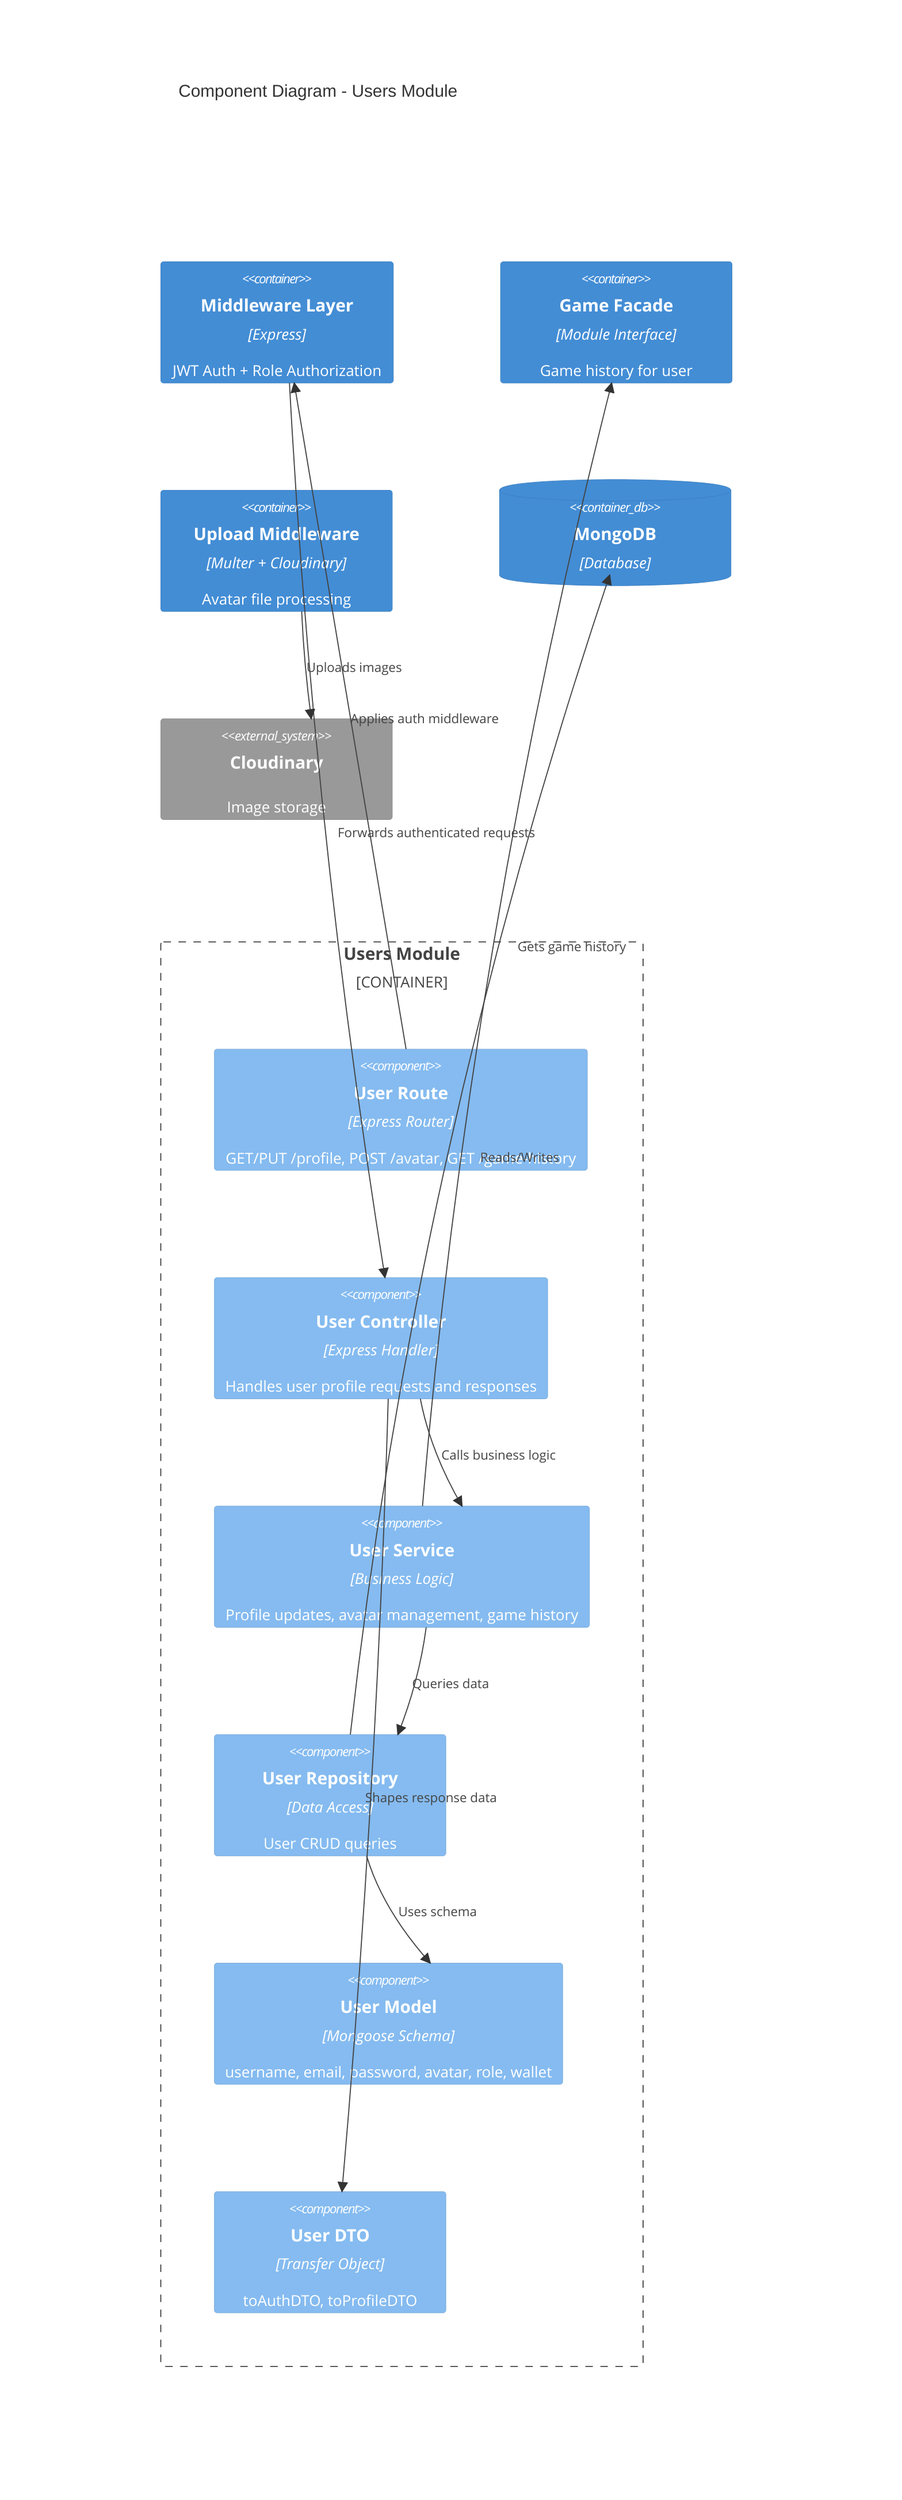
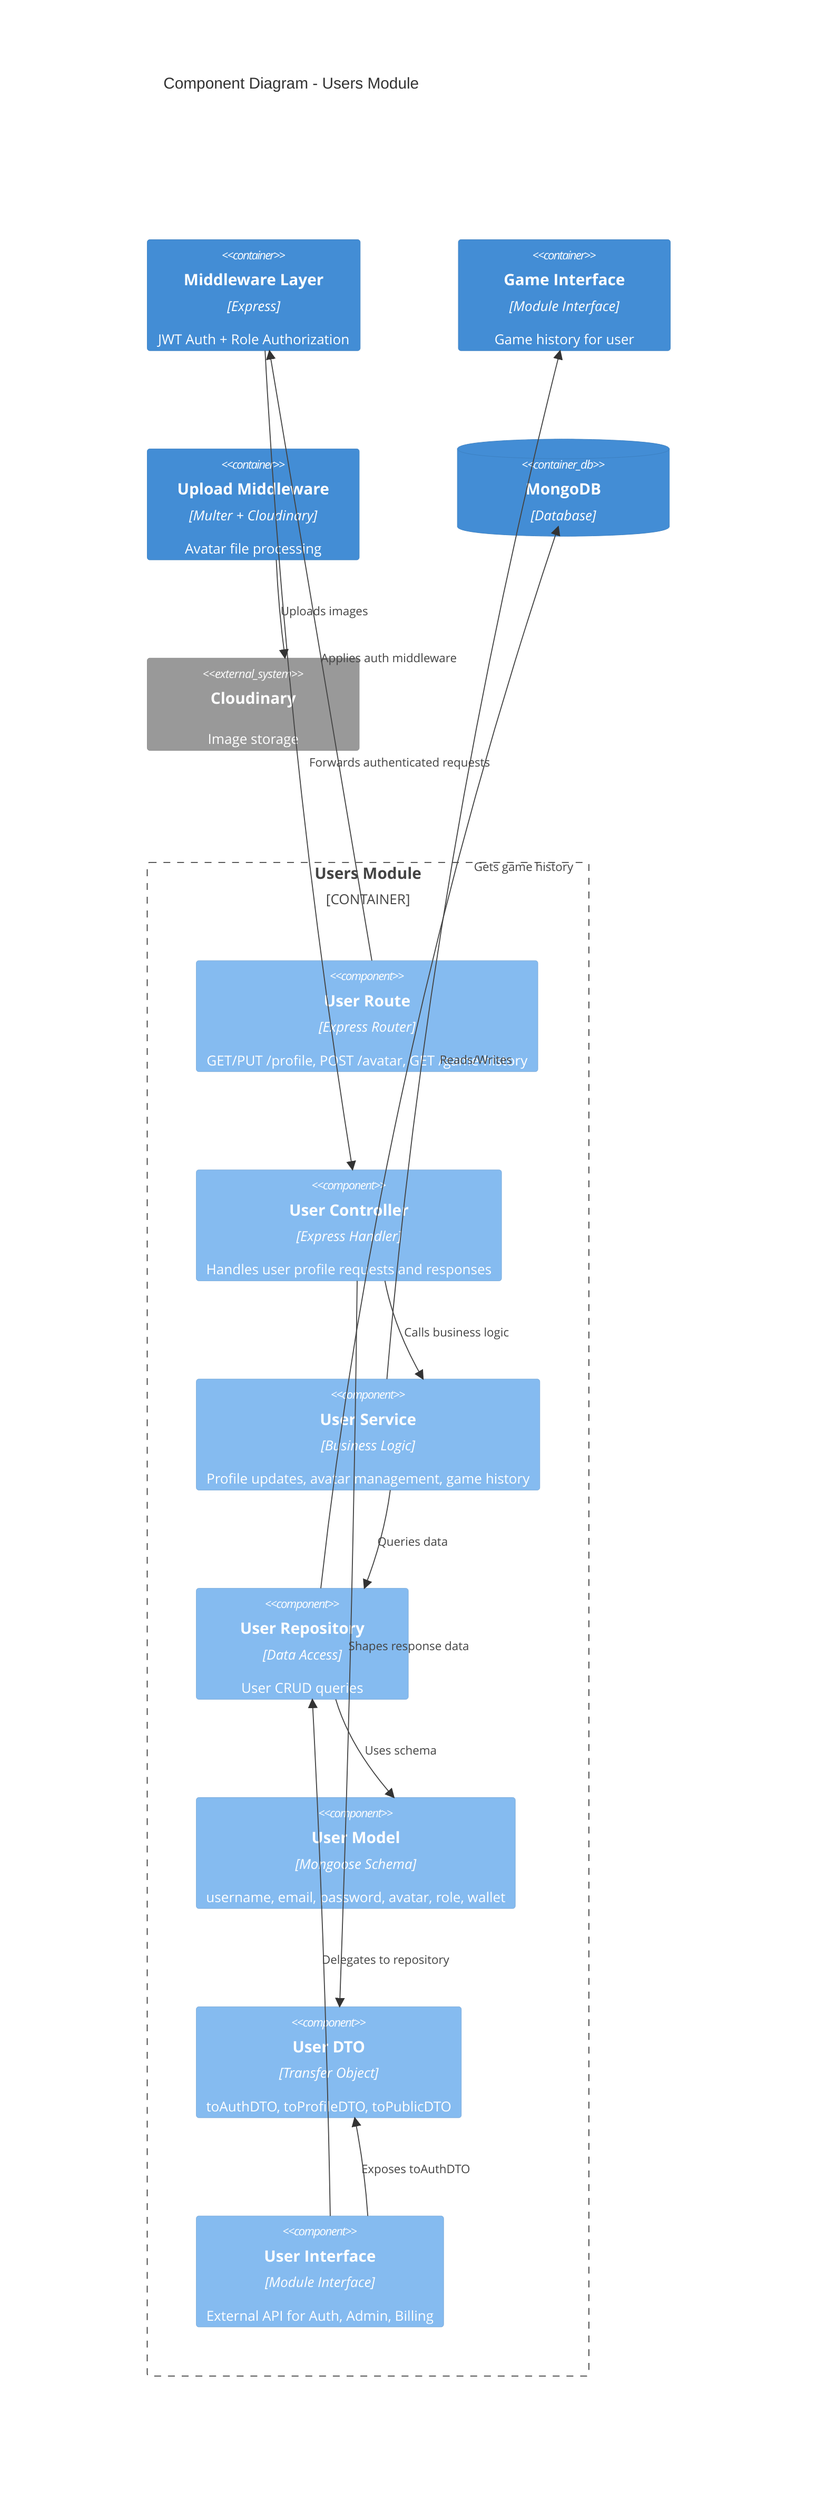
C4Component
    title Component Diagram - Users Module

    Container(mw, "Middleware Layer", "Express", "JWT Auth + Role Authorization")

    Container_Boundary(users, "Users Module") {
        Component(route, "User Route", "Express Router", "GET/PUT /profile, POST /avatar, GET /game-history")
        Component(controller, "User Controller", "Express Handler", "Handles user profile requests and responses")
        Component(service, "User Service", "Business Logic", "Profile updates, avatar management, game history")
        Component(repository, "User Repository", "Data Access", "User CRUD queries")
        Component(model, "User Model", "Mongoose Schema", "username, email, password, avatar, role, wallet")
-         Component(dto, "User DTO", "Transfer Object", "toAuthDTO, toProfileDTO")
+         Component(dto, "User DTO", "Transfer Object", "toAuthDTO, toProfileDTO, toPublicDTO")
+         Component(iface, "User Interface", "Module Interface", "External API for Auth, Admin, Billing")
    }

-     Container(gameFacade, "Game Facade", "Module Interface", "Game history for user")
+     Container(gameInterface, "Game Interface", "Module Interface", "Game history for user")
    Container(upload, "Upload Middleware", "Multer + Cloudinary", "Avatar file processing")
    ContainerDb(db, "MongoDB", "Database")
    System_Ext(cloudinary, "Cloudinary", "Image storage")

    Rel(route, mw, "Applies auth middleware")
    Rel(mw, controller, "Forwards authenticated requests")
    Rel(controller, service, "Calls business logic")
    Rel(controller, dto, "Shapes response data")
    Rel(service, repository, "Queries data")
-     Rel(service, gameFacade, "Gets game history")
+     Rel(service, gameInterface, "Gets game history")
+     Rel(iface, repository, "Delegates to repository")
+     Rel(iface, dto, "Exposes toAuthDTO")
    Rel(repository, model, "Uses schema")
    Rel(repository, db, "Reads/Writes")
    Rel(upload, cloudinary, "Uploads images")
